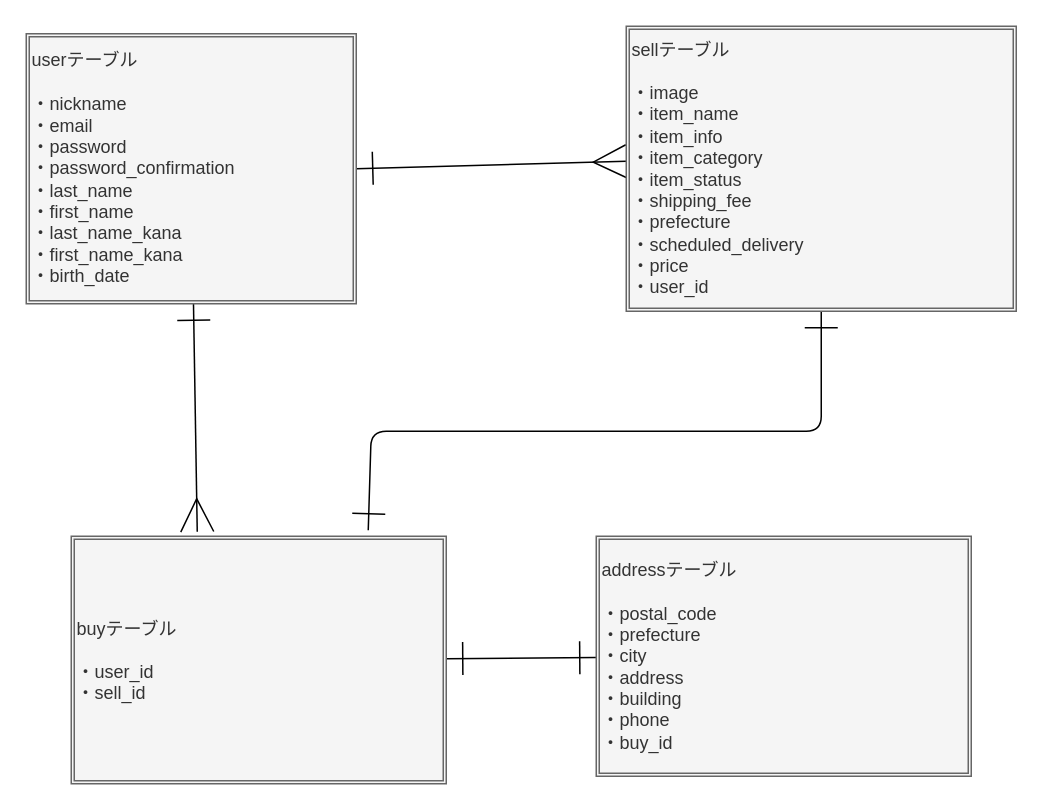
Earlier version of the draw.io diagram ER.dio (chiaki22/furima-37958). Source tidied: cells renumbered, new cells numbered last; positions are measured from the earlier drawing's top-left corner, leaving out a move shared by most shapes. Both pictures are drawn from the tidied source at 150%, with x=0, y=0 at pixel (26, 26).
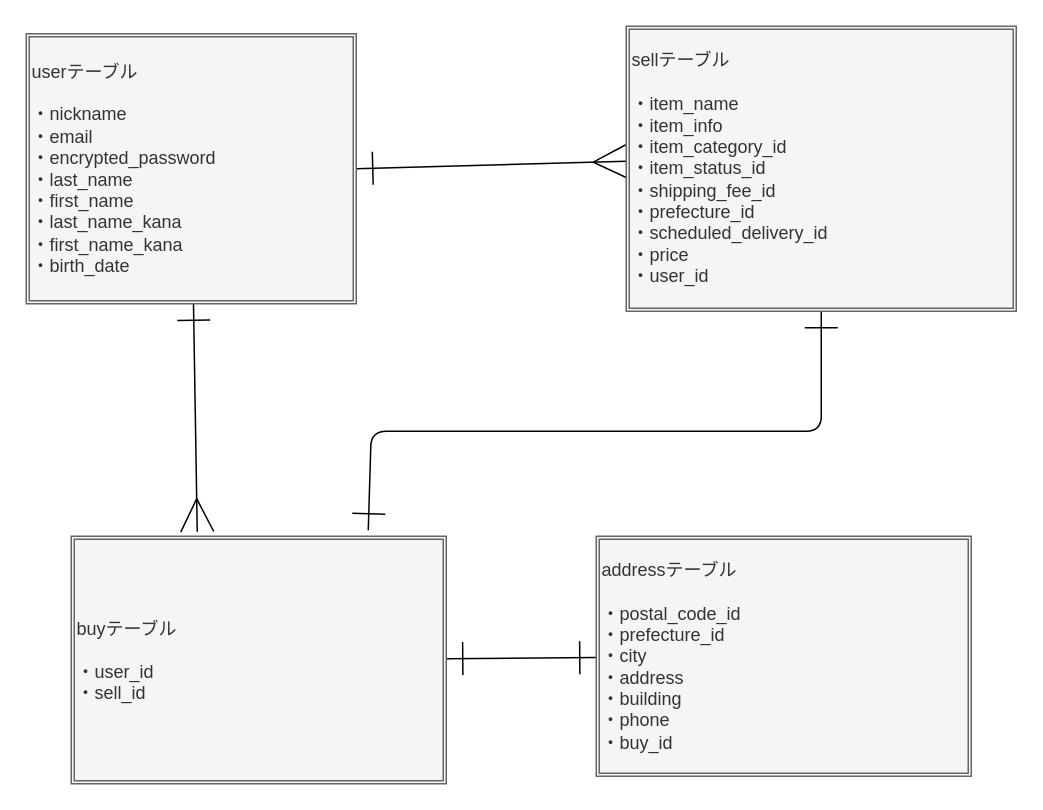
The same page after the edit.

Commit message (it also covers changes not shown here):
カラムの訂正

Change to the diagram source:
```diff
@@
 <mxGraphModel>
   <root>
     <mxCell id="0" />
     <mxCell id="1" parent="0" />
     <mxCell id="2" style="edgeStyle=none;html=1;exitX=1;exitY=0.5;exitDx=0;exitDy=0;fontColor=#000000;endArrow=ERmany;endFill=0;startArrow=ERone;startFill=0;endSize=20;startSize=20;" parent="1" edge="1" source="4">
       <mxGeometry relative="1" as="geometry">
         <mxPoint x="400" y="90" as="targetPoint" />
       </mxGeometry>
     </mxCell>
     <mxCell id="3" style="edgeStyle=none;html=1;entryX=0.336;entryY=-0.018;entryDx=0;entryDy=0;entryPerimeter=0;fontColor=#000000;startArrow=ERone;startFill=0;endArrow=ERmany;endFill=0;startSize=20;endSize=20;" parent="1" edge="1" source="4" target="8">
       <mxGeometry relative="1" as="geometry" />
     </mxCell>
-    <mxCell id="4" value="userテーブル&lt;br&gt;&lt;br&gt;・nickname&lt;br&gt;・email&lt;br&gt;・password&lt;br&gt;・password_confirmation&lt;br&gt;・last_name&lt;br&gt;・first_name&lt;br&gt;・last_name_kana&lt;br&gt;・first_name_kana&lt;br&gt;・birth_date" style="shape=ext;double=1;rounded=0;whiteSpace=wrap;html=1;fontColor=#333333;fillColor=#f5f5f5;strokeColor=#666666;align=left;" parent="1" vertex="1">
+    <mxCell id="4" value="userテーブル&lt;br&gt;&lt;br&gt;・nickname&lt;br&gt;・email&lt;br&gt;・encrypted_password&lt;br&gt;・last_name&lt;br&gt;・first_name&lt;br&gt;・last_name_kana&lt;br&gt;・first_name_kana&lt;br&gt;・birth_date" style="shape=ext;double=1;rounded=0;whiteSpace=wrap;html=1;fontColor=#333333;fillColor=#f5f5f5;strokeColor=#666666;align=left;" parent="1" vertex="1">
       <mxGeometry y="5" width="220" height="180" as="geometry" />
     </mxCell>
     <mxCell id="5" style="edgeStyle=none;html=1;fontColor=#000000;startArrow=ERone;startFill=0;endArrow=ERone;endFill=0;startSize=20;endSize=20;entryX=0.792;entryY=-0.024;entryDx=0;entryDy=0;entryPerimeter=0;" parent="1" edge="1" source="6" target="8">
       <mxGeometry relative="1" as="geometry">
         <Array as="points">
           <mxPoint x="530" y="270" />
           <mxPoint x="230" y="270" />
         </Array>
       </mxGeometry>
     </mxCell>
-    <mxCell id="6" value="sellテーブル&lt;br&gt;&lt;br&gt;・image&lt;br&gt;・item_name&lt;br&gt;・item_info&lt;br&gt;・item_category&lt;br&gt;・item_status&lt;br&gt;・&lt;span&gt;shipping_fee&lt;br&gt;・&lt;/span&gt;&lt;span&gt;prefecture&lt;br&gt;&lt;/span&gt;&lt;span&gt;・scheduled_delivery&lt;br&gt;・price&lt;br&gt;・user_id&lt;br&gt;&lt;/span&gt;" style="shape=ext;double=1;rounded=0;whiteSpace=wrap;html=1;fontColor=#333333;fillColor=#f5f5f5;strokeColor=#666666;align=left;" parent="1" vertex="1">
+    <mxCell id="6" value="sellテーブル&lt;br&gt;&lt;br&gt;・item_name&lt;br&gt;・item_info&lt;br&gt;・item_category_id&lt;br&gt;・item_status_id&lt;br&gt;・&lt;span&gt;shipping_fee_id&lt;br&gt;・&lt;/span&gt;&lt;span&gt;prefecture_id&lt;br&gt;&lt;/span&gt;&lt;span&gt;・scheduled_delivery_id&lt;br&gt;・price&lt;br&gt;・user_id&lt;br&gt;&lt;/span&gt;" style="shape=ext;double=1;rounded=0;whiteSpace=wrap;html=1;fontColor=#333333;fillColor=#f5f5f5;strokeColor=#666666;align=left;" parent="1" vertex="1">
       <mxGeometry x="400" width="260" height="190" as="geometry" />
     </mxCell>
     <mxCell id="7" style="edgeStyle=none;html=1;fontColor=#000000;startArrow=ERone;startFill=0;endArrow=ERone;endFill=0;startSize=20;endSize=20;" parent="1" edge="1" source="8" target="9">
       <mxGeometry relative="1" as="geometry" />
     </mxCell>
     <mxCell id="8" value="buyテーブル&lt;br&gt;&lt;br&gt;・user_id&lt;br&gt;&lt;span&gt;・sell_id&lt;br&gt;&lt;/span&gt;" style="shape=ext;double=1;rounded=0;whiteSpace=wrap;html=1;fontColor=#333333;fillColor=#f5f5f5;strokeColor=#666666;align=left;" parent="1" vertex="1">
       <mxGeometry x="30" y="340" width="250" height="165" as="geometry" />
     </mxCell>
-    <mxCell id="9" value="addressテーブル&lt;br&gt;&lt;div style=&quot;color: rgb(212 , 212 , 212) ; background-color: rgb(30 , 30 , 30) ; font-family: &amp;#34;menlo&amp;#34; , &amp;#34;monaco&amp;#34; , &amp;#34;courier new&amp;#34; , monospace ; line-height: 18px&quot;&gt;&lt;/div&gt;&lt;font color=&quot;#ce9178&quot; face=&quot;menlo, monaco, courier new, monospace&quot;&gt;&lt;span style=&quot;background-color: rgb(30 , 30 , 30)&quot;&gt;&lt;br&gt;&lt;/span&gt;&lt;/font&gt;・postal_code&lt;br&gt;・prefecture&lt;br&gt;・city&lt;br&gt;・address&lt;br&gt;・building&lt;br&gt;&lt;span&gt;・phone&lt;br&gt;&lt;/span&gt;&lt;span&gt;・buy_id&lt;br&gt;&lt;/span&gt;" style="shape=ext;double=1;rounded=0;whiteSpace=wrap;html=1;fontColor=#333333;fillColor=#f5f5f5;strokeColor=#666666;align=left;" parent="1" vertex="1">
+    <mxCell id="9" value="addressテーブル&lt;br&gt;&lt;div style=&quot;color: rgb(212 , 212 , 212) ; background-color: rgb(30 , 30 , 30) ; font-family: &amp;#34;menlo&amp;#34; , &amp;#34;monaco&amp;#34; , &amp;#34;courier new&amp;#34; , monospace ; line-height: 18px&quot;&gt;&lt;/div&gt;&lt;font color=&quot;#ce9178&quot; face=&quot;menlo, monaco, courier new, monospace&quot;&gt;&lt;span style=&quot;background-color: rgb(30 , 30 , 30)&quot;&gt;&lt;br&gt;&lt;/span&gt;&lt;/font&gt;・postal_code_id&lt;br&gt;・prefecture_id&lt;br&gt;・city&lt;br&gt;・address&lt;br&gt;・building&lt;br&gt;&lt;span&gt;・phone&lt;br&gt;&lt;/span&gt;&lt;span&gt;・buy_id&lt;br&gt;&lt;/span&gt;" style="shape=ext;double=1;rounded=0;whiteSpace=wrap;html=1;fontColor=#333333;fillColor=#f5f5f5;strokeColor=#666666;align=left;" parent="1" vertex="1">
       <mxGeometry x="380" y="340" width="250" height="160" as="geometry" />
     </mxCell>
   </root>
 </mxGraphModel>
```
